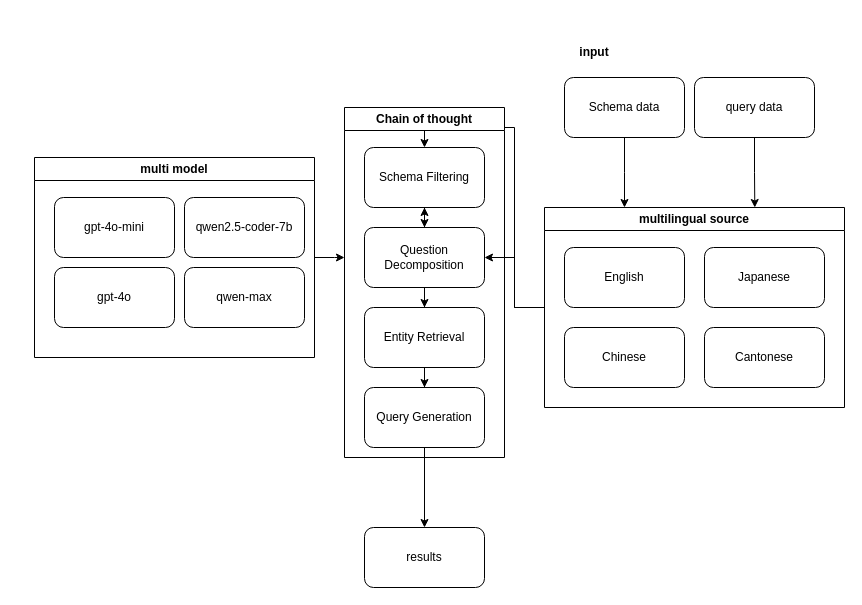
The draw.io diagram databasemgrCourse/multilingual_and_multimodel.drawio in turswiming/drawio_file, before the edit. Source tidied: cells renumbered, new cells numbered last; positions are measured from the earlier drawing's top-left corner, leaving out a move shared by most shapes. Both pictures are drawn from the tidied source at 100%, with x=0, y=0 at pixel (34, 37).
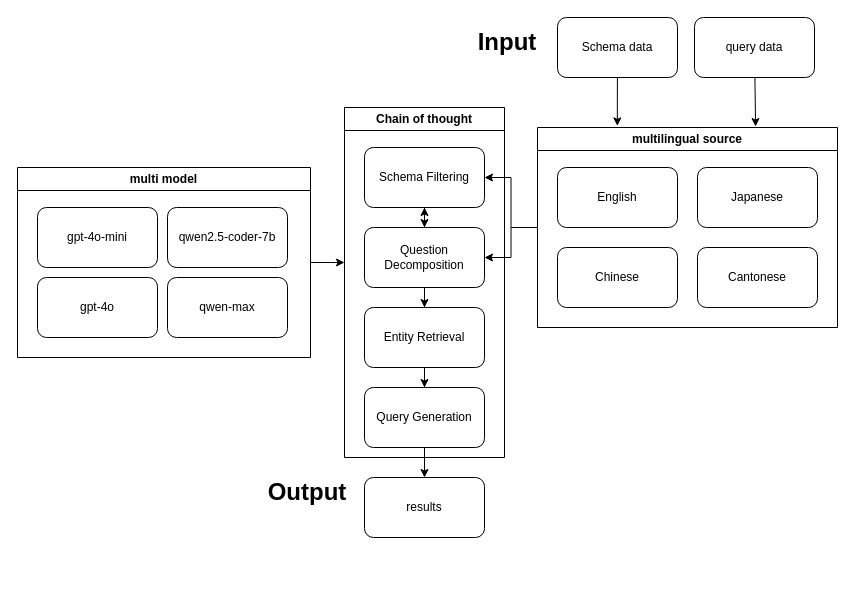
After the change.

The change refers to these unchanged cells:
```xml
<mxCell id="15" value="Schema Filtering" style="rounded=1;whiteSpace=wrap;html=1;" parent="13" vertex="1">
  <mxGeometry x="20" y="40" width="120" height="60" as="geometry" />
</mxCell>
```

The edit, as a diff of the source:
```diff
@@
-    <mxCell id="3" style="edgeStyle=orthogonalEdgeStyle;rounded=0;jettySize=auto;html=1;entryX=0.5;entryY=0;entryDx=0;entryDy=0;" parent="1" edge="1" source="4" target="15">
+    <mxCell id="3" style="edgeStyle=orthogonalEdgeStyle;rounded=0;jettySize=auto;html=1;entryX=1;entryY=0.5;entryDx=0;entryDy=0;" parent="1" edge="1" source="4" target="15">
       <mxGeometry relative="1" as="geometry" />
     </mxCell>
     <mxCell id="4" value="multilingual source" style="swimlane;whiteSpace=wrap;html=1;" parent="1" vertex="1">
-      <mxGeometry x="510" y="170" width="300" height="200" as="geometry" />
+      <mxGeometry x="503" y="90" width="300" height="200" as="geometry" />
     </mxCell>
@@
-    <mxCell id="9" style="edgeStyle=orthogonalEdgeStyle;rounded=0;jettySize=auto;html=1;" parent="1" edge="1" source="10">
-      <mxGeometry relative="1" as="geometry">
-        <mxPoint x="590" y="170" as="targetPoint" />
-      </mxGeometry>
+    <mxCell id="9" style="rounded=0;jettySize=auto;html=1;entryX=0.266;entryY=-0.008;entryDx=0;entryDy=0;entryPerimeter=0;" parent="1" edge="1" source="10" target="4">
+      <mxGeometry relative="1" as="geometry" />
     </mxCell>
     <mxCell id="10" value="Schema data" style="rounded=1;whiteSpace=wrap;html=1;" parent="1" vertex="1">
-      <mxGeometry x="530" y="40" width="120" height="60" as="geometry" />
+      <mxGeometry x="523" y="-20" width="120" height="60" as="geometry" />
     </mxCell>
     <mxCell id="11" value="query data" style="rounded=1;whiteSpace=wrap;html=1;" parent="1" vertex="1">
-      <mxGeometry x="660" y="40" width="120" height="60" as="geometry" />
+      <mxGeometry x="660" y="-20" width="120" height="60" as="geometry" />
     </mxCell>
-    <mxCell id="12" style="edgeStyle=orthogonalEdgeStyle;rounded=0;jettySize=auto;html=1;entryX=0.701;entryY=0;entryDx=0;entryDy=0;entryPerimeter=0;" parent="1" edge="1" source="11" target="4">
+    <mxCell id="12" style="rounded=0;jettySize=auto;html=1;entryX=0.727;entryY=-0.005;entryDx=0;entryDy=0;entryPerimeter=0;" parent="1" edge="1" source="11" target="4">
       <mxGeometry relative="1" as="geometry" />
     </mxCell>
@@
     <mxCell id="22" style="edgeStyle=orthogonalEdgeStyle;rounded=0;jettySize=auto;html=1;" parent="1" edge="1" source="23">
       <mxGeometry relative="1" as="geometry">
-        <mxPoint x="310" y="220" as="targetPoint" />
+        <mxPoint x="310" y="225" as="targetPoint" />
       </mxGeometry>
     </mxCell>
     <mxCell id="23" value="multi model" style="swimlane;whiteSpace=wrap;html=1;" parent="1" vertex="1">
-      <mxGeometry y="120" width="280" height="200" as="geometry" />
+      <mxGeometry x="-17" y="130" width="293" height="190" as="geometry" />
     </mxCell>
@@
     <mxCell id="28" value="results" style="rounded=1;whiteSpace=wrap;html=1;" parent="1" vertex="1">
-      <mxGeometry x="330" y="490" width="120" height="60" as="geometry" />
+      <mxGeometry x="330" y="440" width="120" height="60" as="geometry" />
     </mxCell>
@@
-    <mxCell id="30" value="input" style="text;html=1;align=center;verticalAlign=middle;whiteSpace=wrap;rounded=0;fontStyle=1;" parent="1" vertex="1">
-      <mxGeometry x="530" width="60" height="30" as="geometry" />
+    <mxCell id="30" value="Input" style="text;html=1;align=center;verticalAlign=middle;whiteSpace=wrap;rounded=0;fontStyle=1;fontSize=24;" parent="1" vertex="1">
+      <mxGeometry x="443" y="-10" width="60" height="30" as="geometry" />
     </mxCell>
+    <mxCell id="31" value="Output" style="text;html=1;align=center;verticalAlign=middle;whiteSpace=wrap;rounded=0;fontStyle=1;fontSize=24;" parent="1" vertex="1">
+      <mxGeometry x="243" y="440" width="60" height="30" as="geometry" />
+    </mxCell>
```
